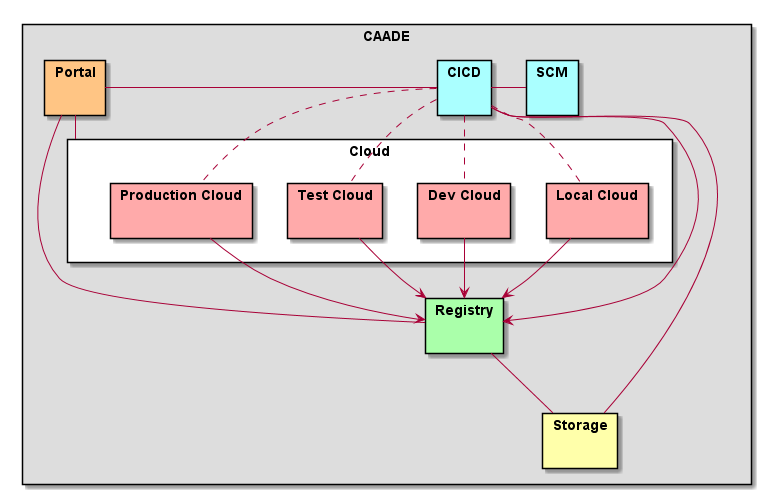
This is docs/Solution/Logical.png from CAADE/CAADE, a PlantUML export, as it was before one commit. The source it was exported from:
```plantuml
@startuml

skinparam packageStyle rect

package CAADE #dddddd {
    package Portal #FFc584 { }
    package "CICD" #aaffff { }
    package "Storage" #ffffaa { }
    package "Registry" #aaffaa { }
    package "SCM" #aaffff { }
    package "Cloud" #ffffff {
        package "Local Cloud" #ffaaaa { }
        package "Dev Cloud" #ffaaaa { }
        package "Test Cloud" #ffaaaa { }
        package "Production Cloud" #ffaaaa { }
    }
}

CICD - SCM
Portal - CICD
Portal - Registry
Portal - Cloud

CICD -> Registry
"Local Cloud" --> Registry
"Dev Cloud" --> Registry
"Test Cloud" --> Registry
"Production Cloud" --> Registry
Registry -- Storage
CICD -- Storage
CICD .. "Local Cloud"
CICD .. "Dev Cloud"
CICD .. "Test Cloud"
CICD .. "Production Cloud"

@enduml
```
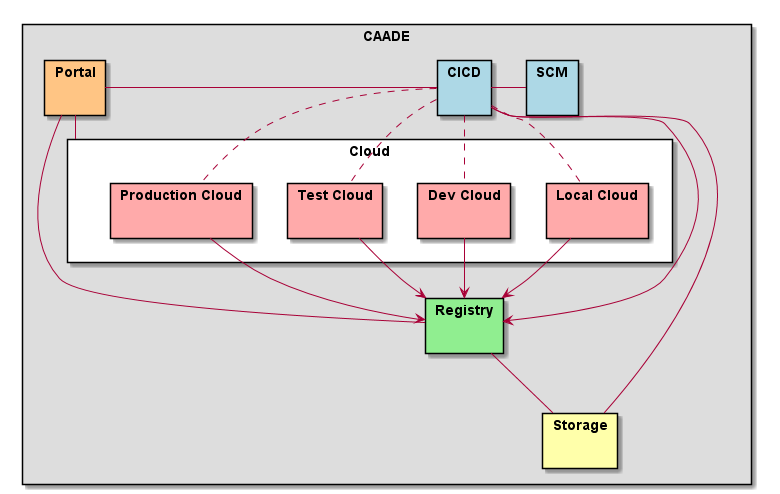
Later version of the same file.

The edit, as a diff of the source:
```diff
@@ -4,10 +4,10 @@
 
 package CAADE #dddddd {
     package Portal #FFc584 { }
-    package "CICD" #aaffff { }
+    package "CICD" #lightblue { }
     package "Storage" #ffffaa { }
-    package "Registry" #aaffaa { }
-    package "SCM" #aaffff { }
+    package "Registry" #lightgreen { }
+    package "SCM" #lightblue { }
     package "Cloud" #ffffff {
         package "Local Cloud" #ffaaaa { }
         package "Dev Cloud" #ffaaaa { }
```
